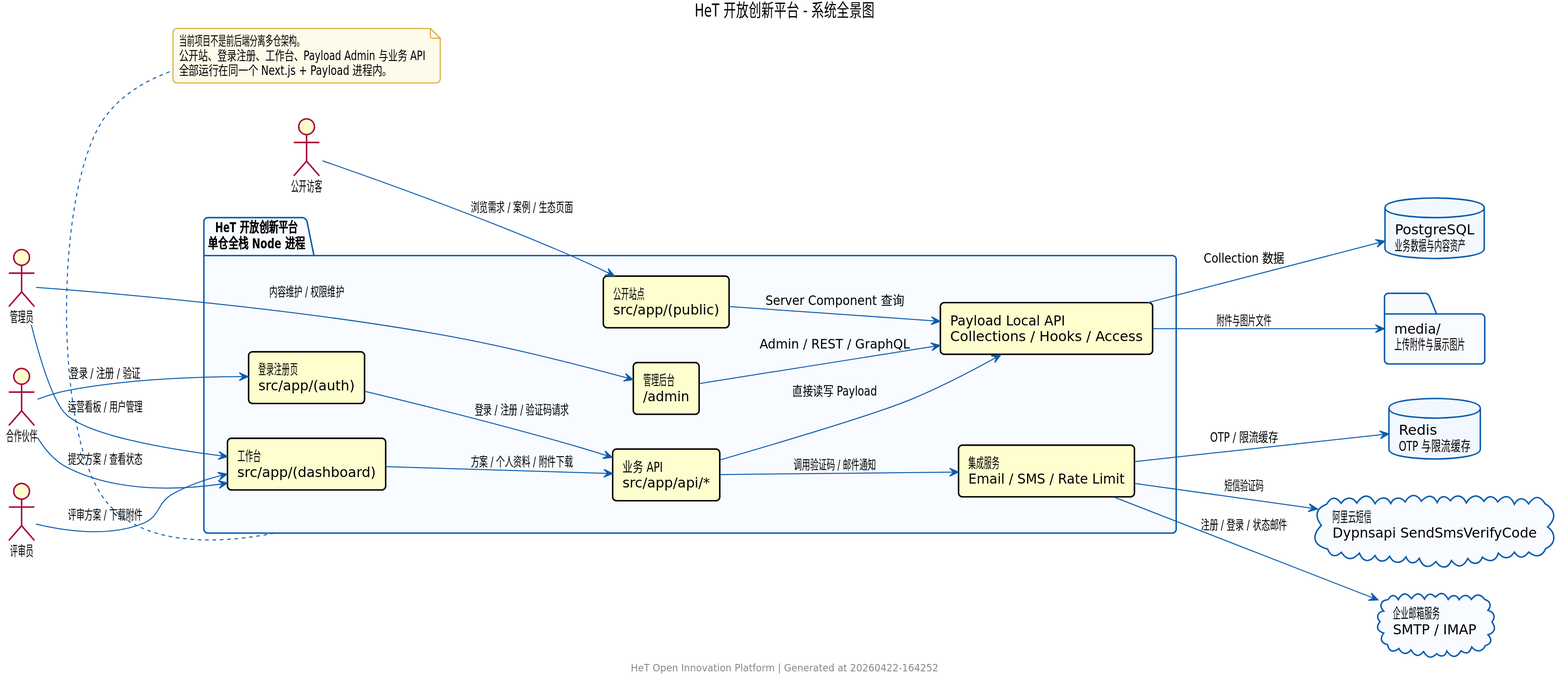
liguiqi/Company-Open-Innovation-Platform keeps this PlantUML diagram as docs/architecture/system-context-20260422-164252.svg. Above is the earlier version.
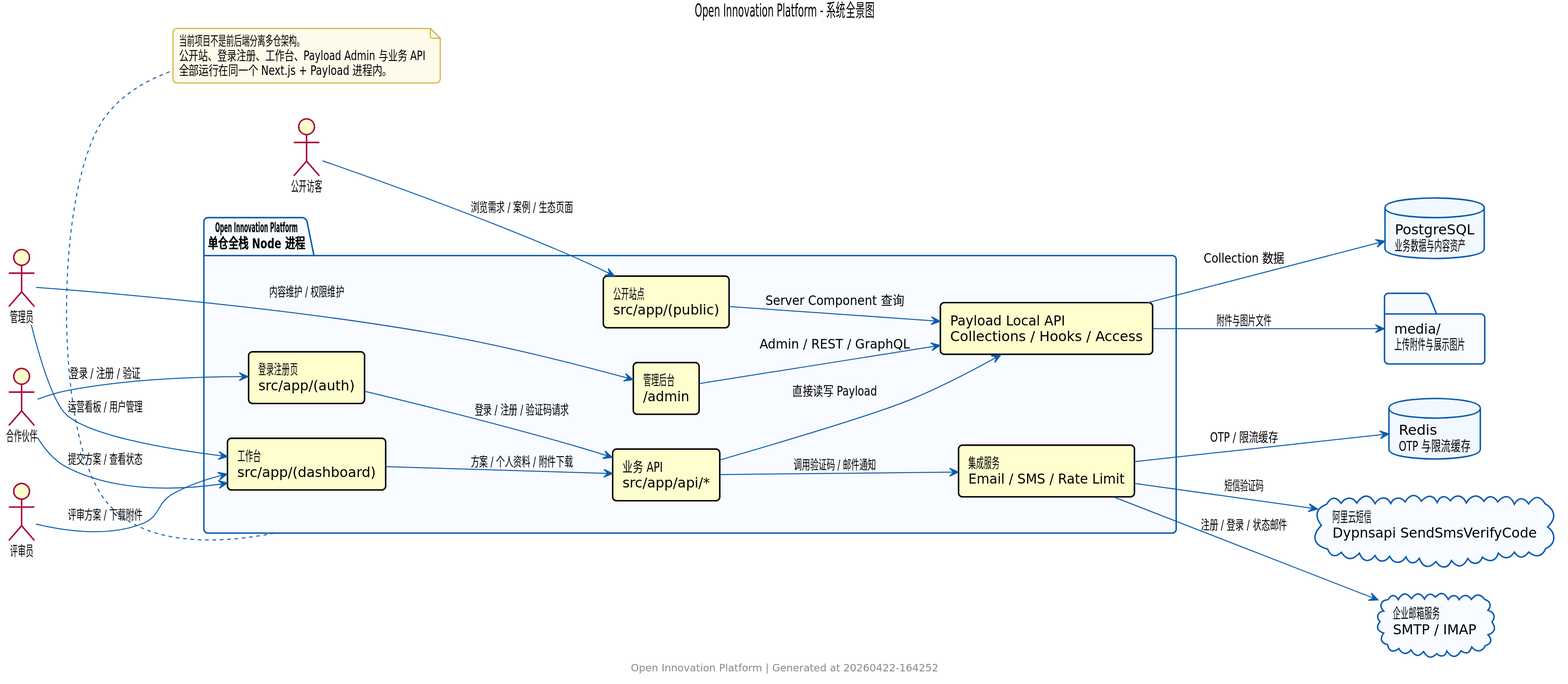
Above is the later version.

Diff of the diagram source:
```diff
@@ -21,8 +21,8 @@
 skinparam NodeBackgroundColor #F8FBFF
 skinparam NoteBackgroundColor #FFFBEA
 skinparam NoteBorderColor #D4A72C
-footer HeT Open Innovation Platform | Generated at 20260422-164252
-title HeT 开放创新平台 - 系统全景图
+footer Open Innovation Platform | Generated at 20260422-164252
+title Open Innovation Platform - 系统全景图
 left to right direction
 
 actor "公开访客" as Public
@@ -37,7 +37,7 @@
 database "Redis\nOTP 与限流缓存" as Redis
 folder "media/\n上传附件与展示图片" as MediaDir
 
-package "HeT 开放创新平台\n单仓全栈 Node 进程" as Platform {
+package "Open Innovation Platform\n单仓全栈 Node 进程" as Platform {
   rectangle "公开站点\nsrc/app/(public)" as PublicSite
   rectangle "登录注册页\nsrc/app/(auth)" as AuthPages
   rectangle "工作台\nsrc/app/(dashboard)" as Dashboard
```
